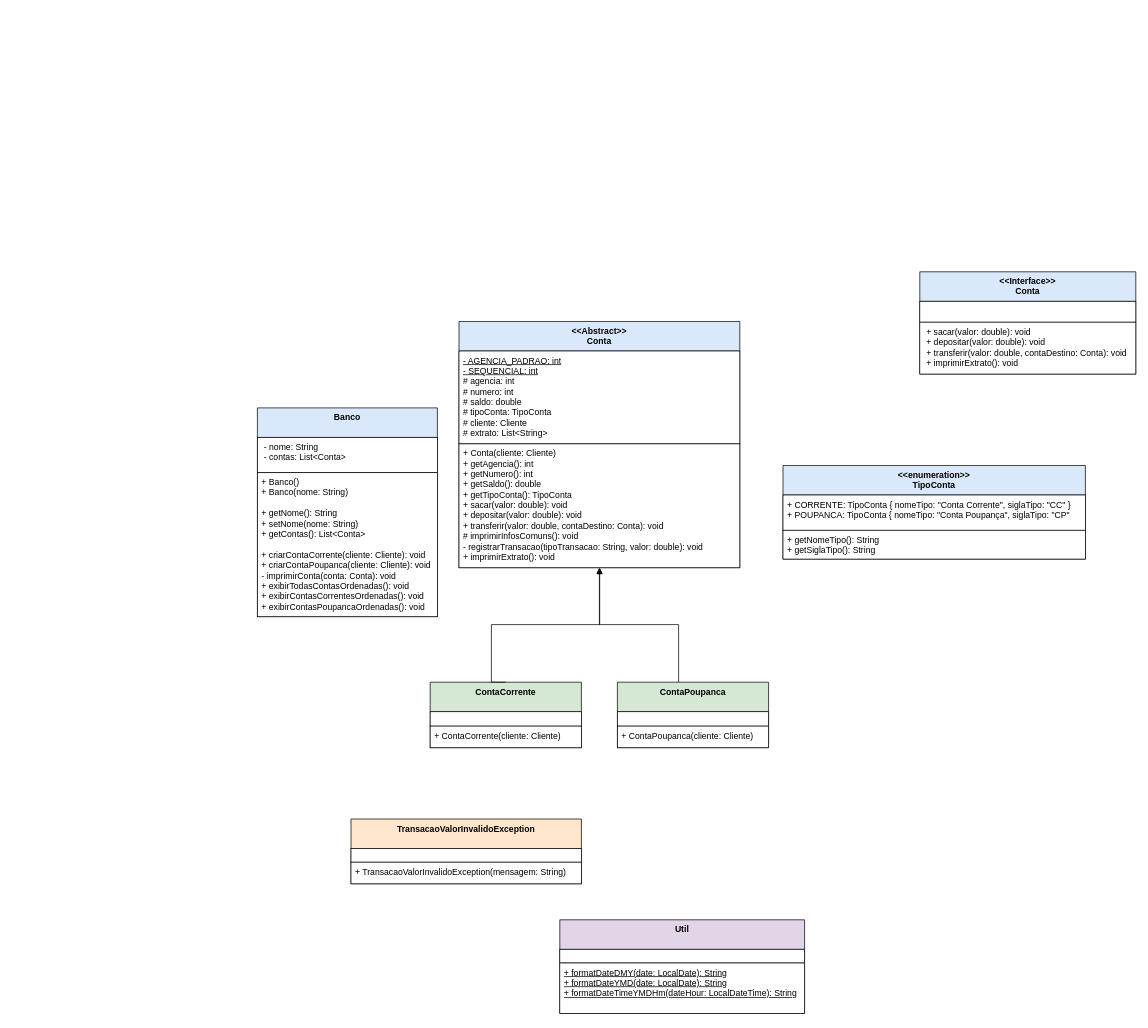
This is page "DiagramaClasse" (1 of 2) of Desafios/BancoDigital_OO/assets/Dio-Banco-Digital.drawio from LucasGFBatista/DIO-BOOTCAMPS, a draw.io file, before an edit. Source tidied: cells renumbered, new cells numbered last; positions are measured from the earlier drawing's top-left corner, leaving out a move shared by most shapes. Both pictures are drawn from the tidied source at 72%, with x=0, y=0 at pixel (257, 271).
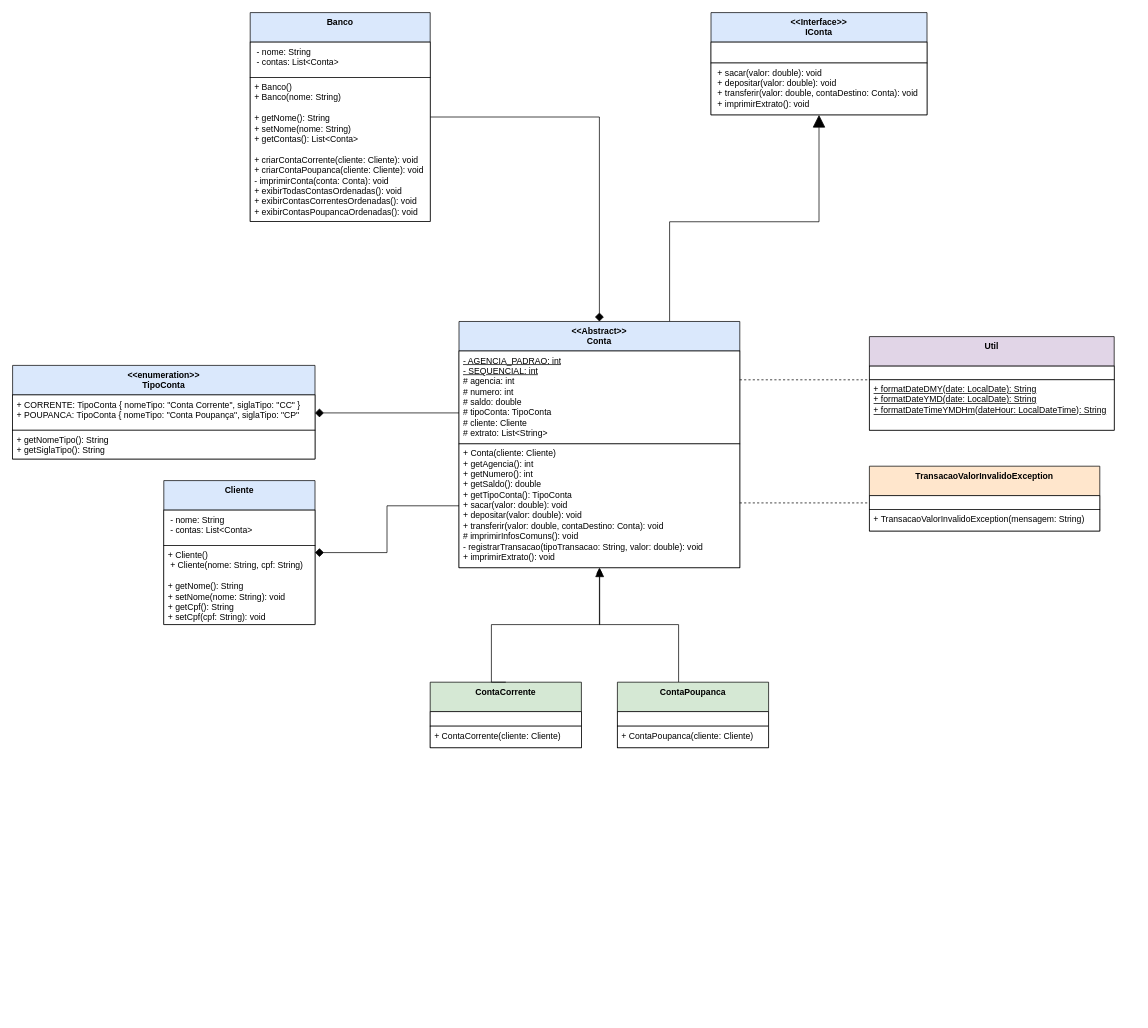
Above is the later version.

Unchanged cells that the change refers to:
```xml
<mxCell id="2" value="&amp;lt;&amp;lt;Abstract&amp;gt;&amp;gt;&lt;br&gt;Conta" style="swimlane;fontStyle=1;align=center;verticalAlign=top;horizontal=1;startSize=41;whiteSpace=wrap;html=1;fillColor=#dae8fc;strokeColor=#000000;" parent="1" vertex="1">
  <mxGeometry x="280" y="69" width="390" height="342" as="geometry" />
</mxCell>
<mxCell id="3" value="&lt;u&gt;- AGENCIA_PADRAO: int&lt;br&gt;- SEQUENCIAL: int&lt;/u&gt;&lt;br&gt;# agencia: int&lt;br&gt;# numero: int&lt;div&gt;# saldo: double&lt;/div&gt;&lt;div&gt;# tipoConta: TipoConta&lt;br&gt;&lt;div&gt;# cliente: Cliente&lt;/div&gt;&lt;div&gt;# extrato: List&amp;lt;String&amp;gt;&lt;/div&gt;&lt;/div&gt;" style="text;strokeColor=#000000;fillColor=default;align=left;verticalAlign=top;spacingLeft=4;spacingRight=4;overflow=hidden;points=[[0,0.5],[1,0.5]];portConstraint=eastwest;whiteSpace=wrap;html=1;" parent="2" vertex="1">
  <mxGeometry y="41" width="390" height="129" as="geometry" />
</mxCell>
<mxCell id="4" value="  + Conta(cliente: Cliente)&lt;br&gt;  + getAgencia(): int&lt;br&gt;  + getNumero(): int&lt;br&gt;  + getSaldo(): double&lt;br&gt;  + getTipoConta(): TipoConta&lt;br&gt;  + sacar(valor: double): void&lt;br&gt;  + depositar(valor: double): void&lt;br&gt;  + transferir(valor: double, contaDestino: Conta): void&lt;br&gt;# imprimirInfosComuns(): void&lt;br&gt;- registrarTransacao(tipoTransacao: String, valor: double): void&amp;nbsp;&lt;br&gt;  + imprimirExtrato(): void&lt;div&gt;&lt;br&gt;&lt;/div&gt;" style="text;strokeColor=#000000;fillColor=default;align=left;verticalAlign=top;spacingLeft=4;spacingRight=4;overflow=hidden;points=[[0,0.5],[1,0.5]];portConstraint=eastwest;whiteSpace=wrap;html=1;" parent="2" vertex="1">
  <mxGeometry y="170" width="390" height="172" as="geometry" />
</mxCell>
<mxCell id="9" value="+ CORRENTE: TipoConta { nomeTipo: &quot;Conta Corrente&quot;, siglaTipo: &quot;CC&quot; }&lt;br&gt;  + POUPANCA: TipoConta { nomeTipo: &quot;Conta Poupança&quot;, siglaTipo: &quot;CP&quot;&amp;nbsp;" style="text;strokeColor=#000000;fillColor=default;align=left;verticalAlign=top;spacingLeft=4;spacingRight=4;overflow=hidden;points=[[0,0.5],[1,0.5]];portConstraint=eastwest;whiteSpace=wrap;html=1;" parent="8" vertex="1">
  <mxGeometry y="41" width="420" height="49" as="geometry" />
</mxCell>
<mxCell id="14" value="ContaCorrente" style="swimlane;fontStyle=1;align=center;verticalAlign=top;horizontal=1;startSize=41;whiteSpace=wrap;html=1;fillColor=#d5e8d4;strokeColor=#000000;" parent="1" vertex="1">
  <mxGeometry x="240" y="570" width="210" height="91" as="geometry" />
</mxCell>
<mxCell id="22" style="text;strokeColor=#000000;fillColor=default;align=left;verticalAlign=top;spacingLeft=4;spacingRight=4;overflow=hidden;points=[[0,0.5],[1,0.5]];portConstraint=eastwest;whiteSpace=wrap;html=1;" parent="21" vertex="1">
  <mxGeometry y="41" width="320" height="19" as="geometry" />
</mxCell>
```

What changed in the source:
```diff
@@
+    <mxCell id="28" style="edgeStyle=orthogonalEdgeStyle;rounded=0;jettySize=auto;html=1;endArrow=block;endFill=1;endSize=15;startSize=10;exitX=0.75;exitY=0;exitDx=0;exitDy=0;" parent="1" edge="1" source="2" target="5">
+      <mxGeometry relative="1" as="geometry" />
+    </mxCell>
@@
-    <mxCell id="5" value="&amp;lt;&amp;lt;Interface&amp;gt;&amp;gt;&lt;br&gt;Conta" style="swimlane;fontStyle=1;align=center;verticalAlign=top;horizontal=1;startSize=41;whiteSpace=wrap;html=1;fillColor=#dae8fc;strokeColor=#000000;" parent="1" vertex="1">
-      <mxGeometry x="920" width="300" height="142" as="geometry" />
+    <mxCell id="5" value="&amp;lt;&amp;lt;Interface&amp;gt;&amp;gt;&lt;br&gt;IConta" style="swimlane;fontStyle=1;align=center;verticalAlign=top;horizontal=1;startSize=41;whiteSpace=wrap;html=1;fillColor=#dae8fc;strokeColor=#000000;" parent="1" vertex="1">
+      <mxGeometry x="630" y="-360" width="300" height="142" as="geometry" />
     </mxCell>
@@
     <mxCell id="8" value="&amp;lt;&amp;lt;enumeration&amp;gt;&amp;gt;&lt;br&gt;TipoConta" style="swimlane;fontStyle=1;align=center;verticalAlign=top;horizontal=1;startSize=41;whiteSpace=wrap;html=1;fillColor=#dae8fc;strokeColor=#000000;" parent="1" vertex="1">
-      <mxGeometry x="730" y="269" width="420" height="130" as="geometry" />
+      <mxGeometry x="-340" y="130" width="420" height="130" as="geometry" />
     </mxCell>
@@
+    <mxCell id="29" style="edgeStyle=orthogonalEdgeStyle;rounded=0;jettySize=auto;html=1;entryX=0.5;entryY=0;entryDx=0;entryDy=0;endArrow=diamond;endFill=1;startSize=6;endSize=10;" parent="1" edge="1" source="11" target="2">
+      <mxGeometry relative="1" as="geometry" />
+    </mxCell>
     <mxCell id="11" value="Banco" style="swimlane;fontStyle=1;align=center;verticalAlign=top;horizontal=1;startSize=41;whiteSpace=wrap;html=1;fillColor=#dae8fc;strokeColor=#000000;" parent="1" vertex="1">
-      <mxGeometry y="189" width="250" height="290" as="geometry" />
+      <mxGeometry x="-10" y="-360" width="250" height="290" as="geometry" />
     </mxCell>
@@
     <mxCell id="21" value="TransacaoValorInvalidoException" style="swimlane;fontStyle=1;align=center;verticalAlign=top;horizontal=1;startSize=41;whiteSpace=wrap;html=1;fillColor=#ffe6cc;strokeColor=#000000;" parent="1" vertex="1">
-      <mxGeometry x="130" y="760" width="320" height="90" as="geometry" />
+      <mxGeometry x="850" y="270" width="320" height="90" as="geometry" />
     </mxCell>
@@
     <mxCell id="24" value="Util" style="swimlane;fontStyle=1;align=center;verticalAlign=top;horizontal=1;startSize=41;whiteSpace=wrap;html=1;fillColor=#e1d5e7;strokeColor=#000000;" parent="1" vertex="1">
-      <mxGeometry x="420" y="900" width="340" height="130" as="geometry" />
+      <mxGeometry x="850" y="90" width="340" height="130" as="geometry" />
     </mxCell>
@@
-    <mxCell id="27" style="edgeStyle=orthogonalEdgeStyle;rounded=0;jettySize=auto;html=1;endArrow=block;endFill=1;exitX=0.5;exitY=0;exitDx=0;exitDy=0;entryX=0.501;entryY=1.002;entryDx=0;entryDy=0;entryPerimeter=0;strokeColor=#000000;" parent="1" edge="1" source="14" target="4">
+    <mxCell id="27" style="edgeStyle=orthogonalEdgeStyle;rounded=0;jettySize=auto;html=1;endArrow=block;endFill=1;exitX=0.5;exitY=0;exitDx=0;exitDy=0;entryX=0.501;entryY=1.002;entryDx=0;entryDy=0;entryPerimeter=0;strokeColor=#000000;startSize=10;endSize=10;" parent="1" edge="1" source="14" target="4">
       <mxGeometry relative="1" as="geometry">
         <Array as="points">
           <mxPoint x="325" y="490" />
           <mxPoint x="475" y="490" />
         </Array>
       </mxGeometry>
     </mxCell>
+    <mxCell id="30" value="Cliente" style="swimlane;fontStyle=1;align=center;verticalAlign=top;horizontal=1;startSize=41;whiteSpace=wrap;html=1;fillColor=#dae8fc;strokeColor=#000000;" parent="1" vertex="1">
+      <mxGeometry x="-130" y="290" width="210" height="200" as="geometry" />
+    </mxCell>
+    <mxCell id="31" value="&amp;nbsp;- nome: String&amp;nbsp;&lt;div&gt;&amp;nbsp;- contas: List&amp;lt;Conta&amp;gt;&lt;/div&gt;" style="text;strokeColor=#000000;fillColor=default;align=left;verticalAlign=top;spacingLeft=4;spacingRight=4;overflow=hidden;whiteSpace=wrap;html=1;" parent="30" vertex="1">
+      <mxGeometry y="41" width="210" height="49" as="geometry" />
+    </mxCell>
+    <mxCell id="32" value="&lt;div&gt;+ Cliente()&amp;nbsp;&lt;/div&gt;&lt;div&gt;&amp;nbsp;+ Cliente(nome: String, cpf: String)&amp;nbsp;&lt;/div&gt;&lt;div&gt;&lt;br&gt;&lt;/div&gt;&lt;div&gt;+ getNome(): String&amp;nbsp;&lt;/div&gt;&lt;div&gt;+ setNome(nome: String): void&amp;nbsp;&lt;/div&gt;&lt;div&gt;+ getCpf(): String&amp;nbsp;&lt;/div&gt;&lt;div&gt;+ setCpf(cpf: String): void&lt;br&gt;&lt;/div&gt;" style="text;strokeColor=#000000;fillColor=default;align=left;verticalAlign=top;spacingLeft=4;spacingRight=4;overflow=hidden;whiteSpace=wrap;html=1;" parent="30" vertex="1">
+      <mxGeometry y="90" width="210" height="110" as="geometry" />
+    </mxCell>
+    <mxCell id="33" style="edgeStyle=elbowEdgeStyle;rounded=0;jettySize=auto;html=1;endArrow=diamond;endFill=1;elbow=vertical;startSize=10;endSize=10;" parent="1" edge="1" source="3" target="9">
+      <mxGeometry relative="1" as="geometry" />
+    </mxCell>
+    <mxCell id="34" style="edgeStyle=orthogonalEdgeStyle;rounded=0;jettySize=auto;html=1;entryX=1;entryY=0.5;entryDx=0;entryDy=0;endSize=10;endArrow=diamond;endFill=1;" parent="1" edge="1" source="4" target="30">
+      <mxGeometry relative="1" as="geometry" />
+    </mxCell>
+    <mxCell id="35" style="rounded=0;jettySize=auto;html=1;dashed=1;endArrow=none;endFill=0;edgeStyle=elbowEdgeStyle;elbow=vertical;" parent="1" edge="1" source="3">
+      <mxGeometry relative="1" as="geometry">
+        <mxPoint x="850" y="150" as="targetPoint" />
+      </mxGeometry>
+    </mxCell>
+    <mxCell id="36" style="edgeStyle=elbowEdgeStyle;rounded=0;jettySize=auto;html=1;elbow=vertical;dashed=1;endArrow=none;endFill=0;" parent="1" edge="1" source="4" target="22">
+      <mxGeometry relative="1" as="geometry" />
+    </mxCell>
```
